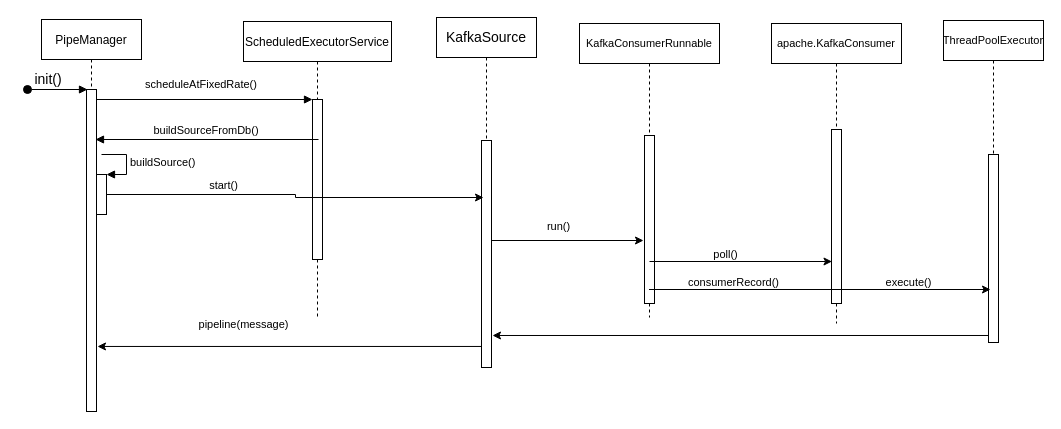
yshaojie/drawio keeps this draw.io diagram as files/Untitled Diagram.drawio. Above is the earlier version. Source tidied: cells renumbered, new cells numbered last; positions are measured from the earlier drawing's top-left corner, leaving out a move shared by most shapes. Both pictures are drawn from the tidied source at 100%, with x=0, y=0 at pixel (27, 17).
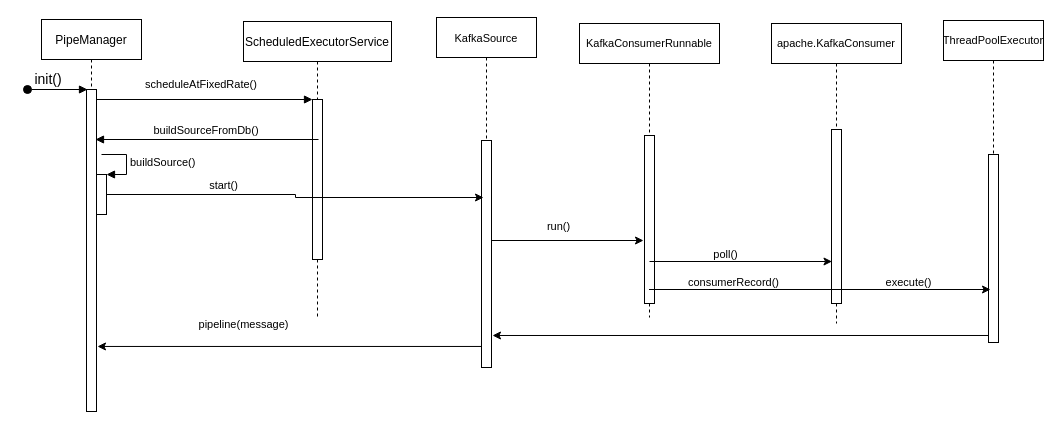
Above is the later version.

The edit, as a diff of the source:
```diff
@@
-    <mxCell id="11" value="KafkaSource" style="shape=umlLifeline;perimeter=lifelinePerimeter;whiteSpace=wrap;html=1;fontSize=14;" parent="1" vertex="1">
+    <mxCell id="11" value="&lt;font style=&quot;font-size: 11px&quot;&gt;KafkaSource&lt;/font&gt;" style="shape=umlLifeline;perimeter=lifelinePerimeter;whiteSpace=wrap;html=1;fontSize=14;" parent="1" vertex="1">
       <mxGeometry x="409" width="100" height="350" as="geometry" />
     </mxCell>
```
